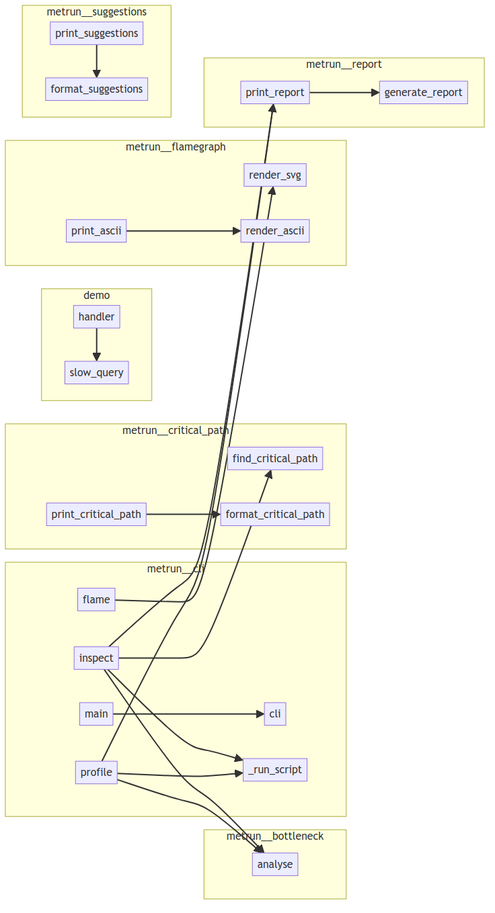
Before: project/calls.png, a diagram exported from Mermaid (semcod/metrun). Its source is kept beside it as project/calls.mmd. The source it was exported from:
```mermaid
flowchart LR
    subgraph demo
        demo__handler["handler"]
        demo__slow_query["slow_query"]
    end
    subgraph metrun__bottleneck
        metrun__bottleneck__BottleneckEngine__analyse["analyse"]
    end
    subgraph metrun__cli
        metrun__cli__cli["cli"]
        metrun__cli__profile["profile"]
        metrun__cli___run_script["_run_script"]
        metrun__cli__flame["flame"]
        metrun__cli__inspect["inspect"]
        metrun__cli__main["main"]
    end
    subgraph metrun__critical_path
        metrun__critical_path__print_critical_path["print_critical_path"]
        metrun__critical_path__find_critical_path["find_critical_path"]
        metrun__critical_path__format_critical_path["format_critical_path"]
    end
    subgraph metrun__flamegraph
        metrun__flamegraph__print_ascii["print_ascii"]
        metrun__flamegraph__render_svg["render_svg"]
        metrun__flamegraph__render_ascii["render_ascii"]
    end
    subgraph metrun__report
        metrun__report__generate_report["generate_report"]
        metrun__report__print_report["print_report"]
    end
    subgraph metrun__suggestions
        metrun__suggestions__format_suggestions["format_suggestions"]
        metrun__suggestions__print_suggestions["print_suggestions"]
    end
    metrun__cli__profile --> metrun__cli___run_script
    metrun__cli__profile --> metrun__bottleneck__BottleneckEngine__analyse
    metrun__cli__profile --> metrun__report__print_report
    metrun__cli__inspect --> metrun__cli___run_script
    metrun__cli__inspect --> metrun__bottleneck__BottleneckEngine__analyse
    metrun__cli__inspect --> metrun__report__print_report
    metrun__cli__inspect --> metrun__critical_path__find_critical_path
    metrun__cli__flame --> metrun__flamegraph__render_svg
    metrun__cli__main --> metrun__cli__cli
    demo__handler --> demo__slow_query
    metrun__suggestions__print_suggestions --> metrun__suggestions__format_suggestions
    metrun__report__print_report --> metrun__report__generate_report
    metrun__critical_path__print_critical_path --> metrun__critical_path__format_critical_path
    metrun__flamegraph__print_ascii --> metrun__flamegraph__render_ascii
```
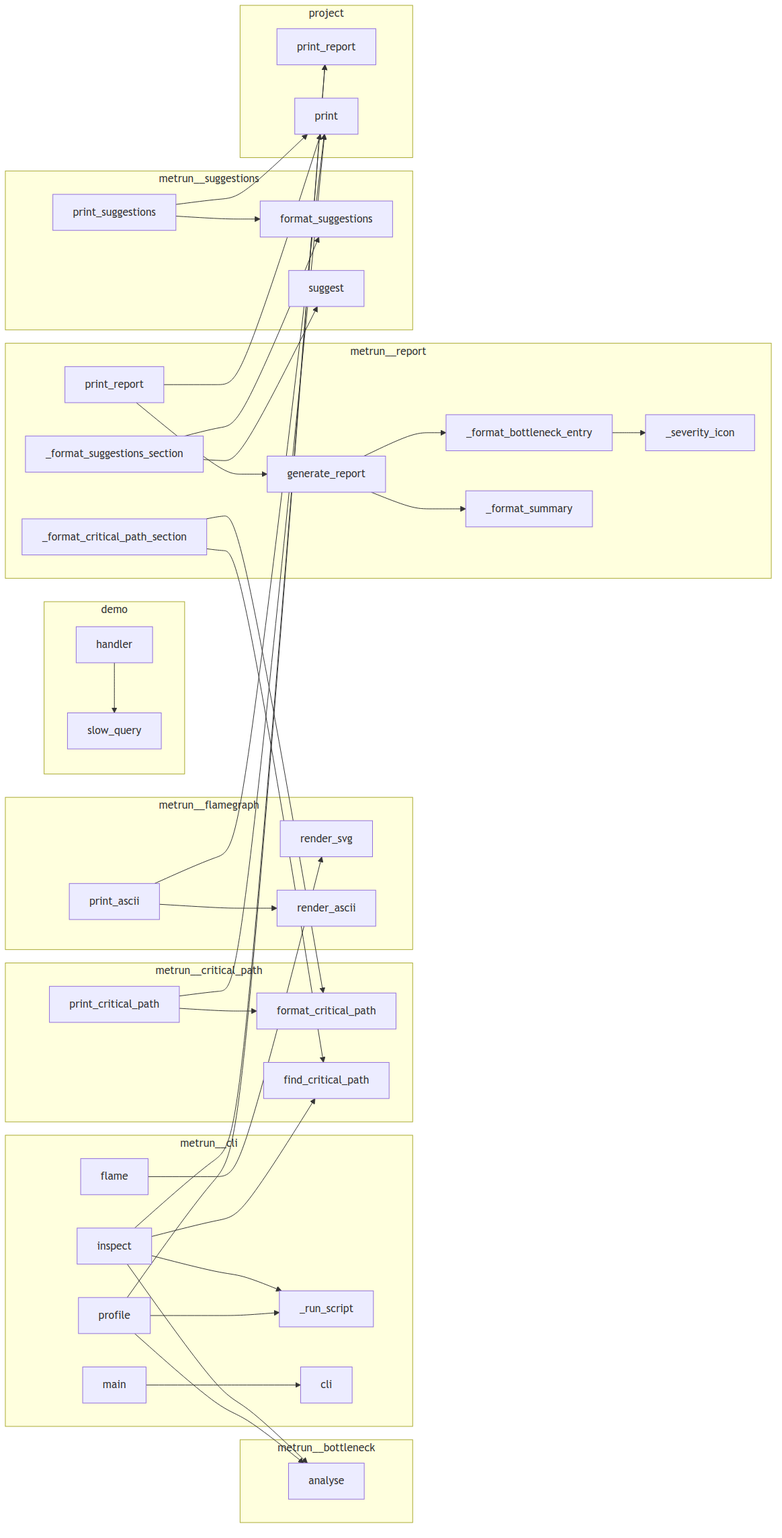
After the commit.

Diff of the diagram source:
```diff
@@ -1,48 +1,69 @@
 flowchart LR
     subgraph demo
+        demo__slow_query["slow_query"]
         demo__handler["handler"]
-        demo__slow_query["slow_query"]
     end
     subgraph metrun__bottleneck
         metrun__bottleneck__BottleneckEngine__analyse["analyse"]
     end
     subgraph metrun__cli
+        metrun__cli__inspect["inspect"]
+        metrun__cli__flame["flame"]
+        metrun__cli___run_script["_run_script"]
+        metrun__cli__main["main"]
+        metrun__cli__profile["profile"]
         metrun__cli__cli["cli"]
-        metrun__cli__profile["profile"]
-        metrun__cli___run_script["_run_script"]
-        metrun__cli__flame["flame"]
-        metrun__cli__inspect["inspect"]
-        metrun__cli__main["main"]
     end
     subgraph metrun__critical_path
+        metrun__critical_path__format_critical_path["format_critical_path"]
+        metrun__critical_path__find_critical_path["find_critical_path"]
         metrun__critical_path__print_critical_path["print_critical_path"]
-        metrun__critical_path__find_critical_path["find_critical_path"]
-        metrun__critical_path__format_critical_path["format_critical_path"]
     end
     subgraph metrun__flamegraph
-        metrun__flamegraph__print_ascii["print_ascii"]
         metrun__flamegraph__render_svg["render_svg"]
         metrun__flamegraph__render_ascii["render_ascii"]
+        metrun__flamegraph__print_ascii["print_ascii"]
     end
     subgraph metrun__report
+        metrun__report___format_suggestions_section["_format_suggestions_section"]
+        metrun__report___format_bottleneck_entry["_format_bottleneck_entry"]
+        metrun__report___format_critical_path_section["_format_critical_path_section"]
+        metrun__report__print_report["print_report"]
+        metrun__report___format_summary["_format_summary"]
         metrun__report__generate_report["generate_report"]
-        metrun__report__print_report["print_report"]
+        metrun__report___severity_icon["_severity_icon"]
     end
     subgraph metrun__suggestions
         metrun__suggestions__format_suggestions["format_suggestions"]
+        metrun__suggestions__suggest["suggest"]
         metrun__suggestions__print_suggestions["print_suggestions"]
     end
+    subgraph project
+        project__print_report["print_report"]
+        project__print["print"]
+    end
+    demo__handler --> demo__slow_query
     metrun__cli__profile --> metrun__cli___run_script
     metrun__cli__profile --> metrun__bottleneck__BottleneckEngine__analyse
-    metrun__cli__profile --> metrun__report__print_report
+    metrun__cli__profile --> project__print_report
     metrun__cli__inspect --> metrun__cli___run_script
     metrun__cli__inspect --> metrun__bottleneck__BottleneckEngine__analyse
-    metrun__cli__inspect --> metrun__report__print_report
+    metrun__cli__inspect --> project__print_report
     metrun__cli__inspect --> metrun__critical_path__find_critical_path
     metrun__cli__flame --> metrun__flamegraph__render_svg
     metrun__cli__main --> metrun__cli__cli
-    demo__handler --> demo__slow_query
+    metrun__suggestions__print_suggestions --> project__print
     metrun__suggestions__print_suggestions --> metrun__suggestions__format_suggestions
+    metrun__report___format_bottleneck_entry --> metrun__report___severity_icon
+    metrun__report___format_critical_path_section --> metrun__critical_path__find_critical_path
+    metrun__report___format_critical_path_section --> metrun__critical_path__format_critical_path
+    metrun__report___format_suggestions_section --> metrun__suggestions__suggest
+    metrun__report___format_suggestions_section --> metrun__suggestions__format_suggestions
+    metrun__report__generate_report --> metrun__report___format_summary
+    metrun__report__generate_report --> metrun__report___format_bottleneck_entry
+    metrun__report__print_report --> project__print
     metrun__report__print_report --> metrun__report__generate_report
+    metrun__flamegraph__print_ascii --> project__print
+    metrun__flamegraph__print_ascii --> metrun__flamegraph__render_ascii
+    metrun__critical_path__print_critical_path --> project__print
     metrun__critical_path__print_critical_path --> metrun__critical_path__format_critical_path
-    metrun__flamegraph__print_ascii --> metrun__flamegraph__render_ascii
```
